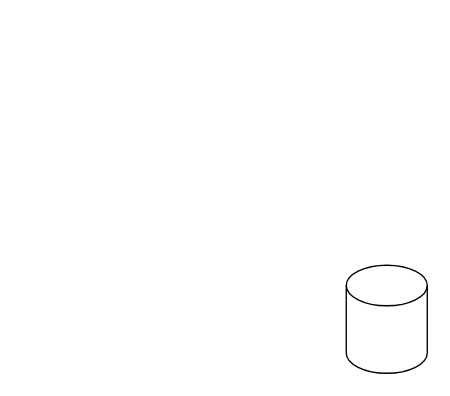
prasanna323/diabot keeps this draw.io diagram as Untitled Diagram.drawio. Above is the earlier version. Source tidied: cells renumbered, new cells numbered last; positions are measured from the earlier drawing's top-left corner, leaving out a move shared by most shapes. Both pictures are drawn from the tidied source at 135%, with x=0, y=0 at pixel (346, 265).
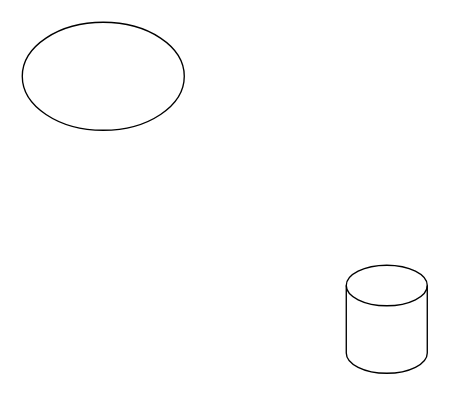
Above is the later version.

Diff of the diagram source:
```diff
@@
 <mxGraphModel>
   <root>
     <mxCell id="0" />
     <mxCell id="1" parent="0" />
     <mxCell id="2" style="shape=cylinder3;whiteSpace=wrap;html=1;boundedLbl=1;backgroundOutline=1;size=15;" parent="1" vertex="1">
       <mxGeometry width="60" height="80" as="geometry" />
     </mxCell>
+    <mxCell id="3" style="ellipse;whiteSpace=wrap;html=1;" parent="1" vertex="1">
+      <mxGeometry x="-240" y="-180" width="120" height="80" as="geometry" />
+    </mxCell>
   </root>
 </mxGraphModel>
```
